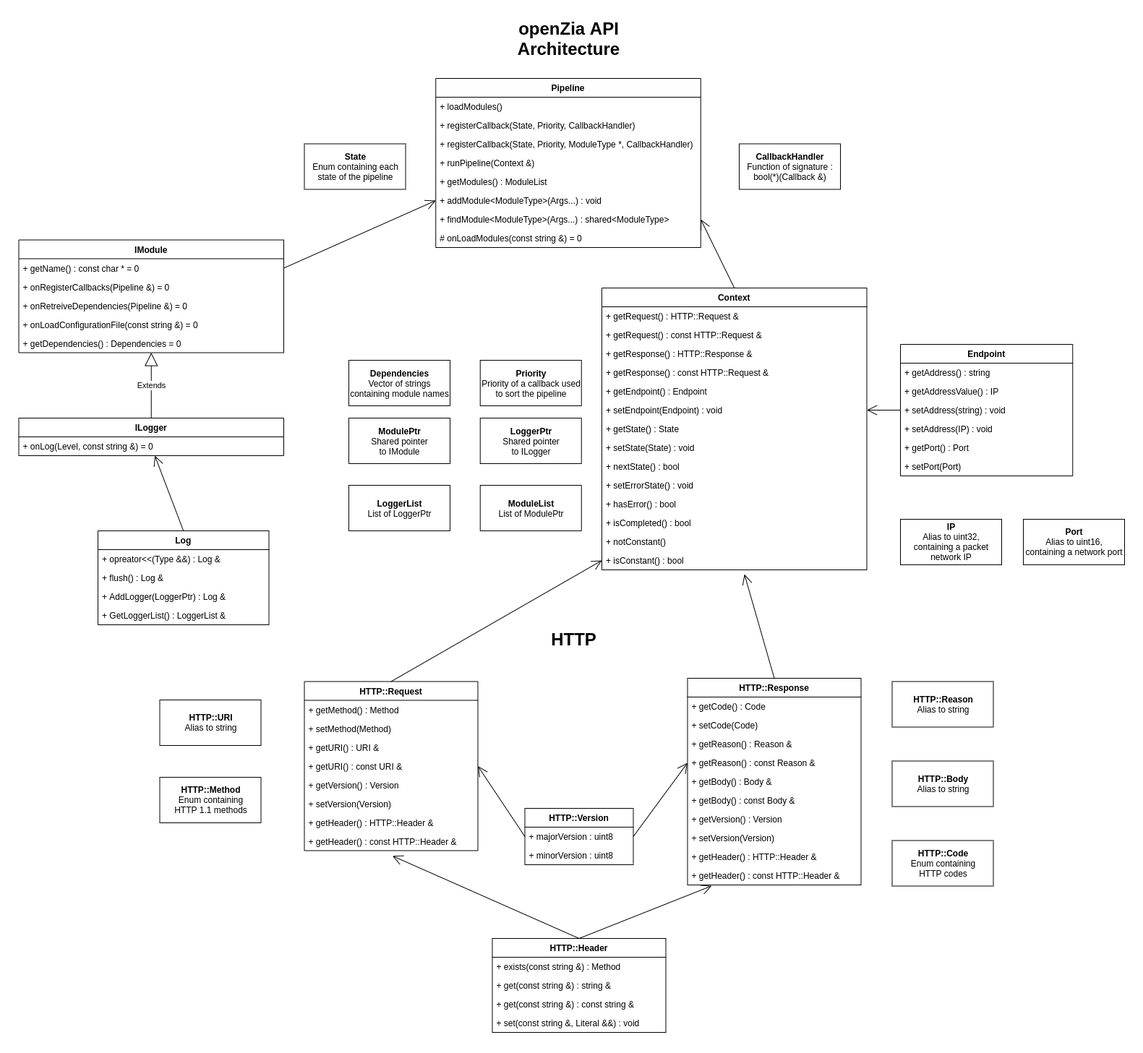
MatthieuMv/openZia keeps this draw.io diagram as openZiaArchitectureUML.png. Above is the earlier version. Source tidied: cells renumbered, new cells last; positions are measured from the earlier drawing's top-left corner, leaving out a move shared by most shapes.
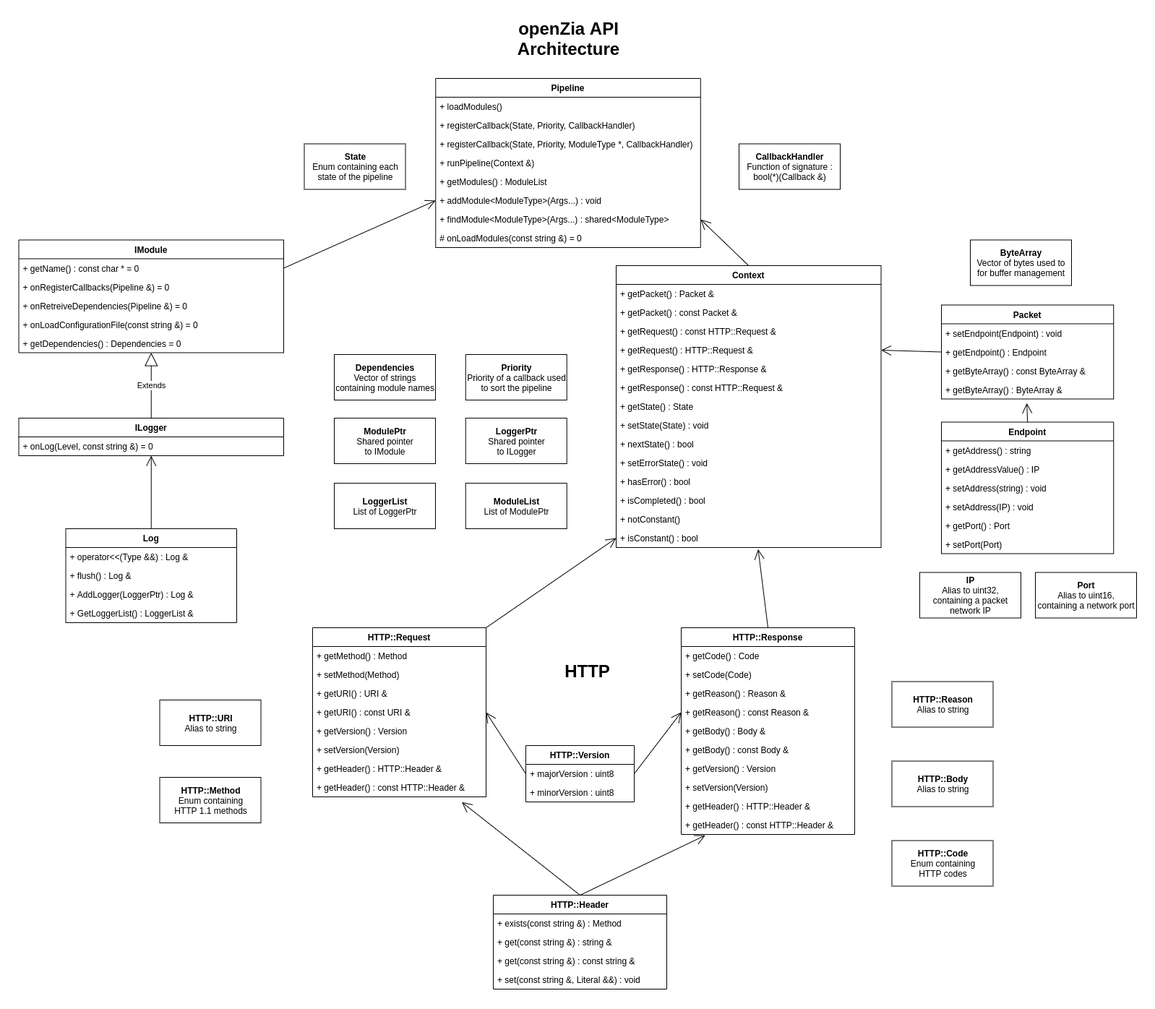
The same diagram one commit later.

Diff of the diagram source:
```diff
@@ -39,29 +39,29 @@
       <mxGeometry x="394.5" y="170.5" width="140" height="63" as="geometry" />
     </mxCell>
     <mxCell id="14" value="&lt;b&gt;Priority&lt;/b&gt;&lt;br&gt;Priority of a callback used&lt;br&gt;to sort the pipeline" style="html=1;" parent="1" vertex="1">
-      <mxGeometry x="637.8" y="470" width="140" height="63" as="geometry" />
+      <mxGeometry x="617.8" y="462" width="140" height="63" as="geometry" />
     </mxCell>
     <mxCell id="15" value="Context" style="swimlane;fontStyle=1;horizontal=1;startSize=26;fillColor=none;" parent="1" vertex="1">
-      <mxGeometry x="806" y="370" width="366.5" height="390" as="geometry" />
+      <mxGeometry x="826" y="339" width="366.5" height="390" as="geometry" />
     </mxCell>
-    <mxCell id="16" value="+ getRequest() : HTTP::Request &amp;" style="text;strokeColor=none;fillColor=none;align=left;verticalAlign=top;spacingLeft=4;spacingRight=4;overflow=hidden;" parent="15" vertex="1">
+    <mxCell id="16" value="+ getPacket() : Packet &amp;" style="text;strokeColor=none;fillColor=none;align=left;verticalAlign=top;spacingLeft=4;spacingRight=4;overflow=hidden;" parent="15" vertex="1">
       <mxGeometry y="26" width="366.5" height="26" as="geometry" />
     </mxCell>
+    <mxCell id="102" value="+ getPacket() : const Packet &amp;" style="text;strokeColor=none;fillColor=none;align=left;verticalAlign=top;spacingLeft=4;spacingRight=4;overflow=hidden;" parent="15" vertex="1">
+      <mxGeometry y="52" width="366.5" height="26" as="geometry" />
+    </mxCell>
     <mxCell id="17" value="+ getRequest() : const HTTP::Request &amp;" style="text;strokeColor=none;fillColor=none;align=left;verticalAlign=top;spacingLeft=4;spacingRight=4;overflow=hidden;" parent="15" vertex="1">
-      <mxGeometry y="52" width="366.5" height="26" as="geometry" />
+      <mxGeometry y="78" width="366.5" height="26" as="geometry" />
     </mxCell>
+    <mxCell id="103" value="+ getRequest() : HTTP::Request &amp;" style="text;strokeColor=none;fillColor=none;align=left;verticalAlign=top;spacingLeft=4;spacingRight=4;overflow=hidden;" parent="15" vertex="1">
+      <mxGeometry y="104" width="366.5" height="26" as="geometry" />
+    </mxCell>
     <mxCell id="18" value="+ getResponse() : HTTP::Response &amp;" style="text;strokeColor=none;fillColor=none;align=left;verticalAlign=top;spacingLeft=4;spacingRight=4;overflow=hidden;" parent="15" vertex="1">
-      <mxGeometry y="78" width="366.5" height="26" as="geometry" />
+      <mxGeometry y="130" width="366.5" height="26" as="geometry" />
     </mxCell>
     <mxCell id="19" value="+ getResponse() : const HTTP::Request &amp;" style="text;strokeColor=none;fillColor=none;align=left;verticalAlign=top;spacingLeft=4;spacingRight=4;overflow=hidden;" parent="15" vertex="1">
-      <mxGeometry y="104" width="366.5" height="26" as="geometry" />
+      <mxGeometry y="156" width="366.5" height="26" as="geometry" />
     </mxCell>
-    <mxCell id="20" value="+ getEndpoint() : Endpoint" style="text;strokeColor=none;fillColor=none;align=left;verticalAlign=top;spacingLeft=4;spacingRight=4;overflow=hidden;points=[[0,0.5],[1,0.5]];portConstraint=eastwest;" parent="15" vertex="1">
-      <mxGeometry y="130" width="366.5" height="26" as="geometry" />
-    </mxCell>
-    <mxCell id="21" value="+ setEndpoint(Endpoint) : void" style="text;strokeColor=none;fillColor=none;align=left;verticalAlign=top;spacingLeft=4;spacingRight=4;overflow=hidden;points=[[0,0.5],[1,0.5]];portConstraint=eastwest;" parent="15" vertex="1">
-      <mxGeometry y="156" width="366.5" height="26" as="geometry" />
-    </mxCell>
     <mxCell id="22" value="+ getState() : State" style="text;strokeColor=none;fillColor=none;align=left;verticalAlign=top;spacingLeft=4;spacingRight=4;overflow=hidden;" parent="15" vertex="1">
       <mxGeometry y="182" width="366.5" height="26" as="geometry" />
     </mxCell>
@@ -105,7 +105,7 @@
       <mxGeometry y="130" width="366.5" height="26" as="geometry" />
     </mxCell>
     <mxCell id="36" value="&lt;b&gt;Dependencies&lt;/b&gt;&lt;br&gt;Vector of strings&lt;br&gt;containing module names" style="html=1;" parent="1" vertex="1">
-      <mxGeometry x="456" y="470" width="140" height="63" as="geometry" />
+      <mxGeometry x="436" y="462" width="140" height="63" as="geometry" />
     </mxCell>
     <mxCell id="37" value="&lt;b&gt;HTTP::Code&lt;/b&gt;&lt;br&gt;Enum containing&lt;br&gt;HTTP codes" style="html=1;" parent="1" vertex="1">
       <mxGeometry x="1207.5" y="1134.5" width="140" height="63" as="geometry" />
@@ -114,7 +114,7 @@
       <mxGeometry x="194.5" y="1047" width="140" height="63" as="geometry" />
     </mxCell>
     <mxCell id="39" value="HTTP::Version" style="swimlane;fontStyle=1;horizontal=1;startSize=26;fillColor=none;" parent="1" vertex="1">
-      <mxGeometry x="699.5" y="1090" width="150" height="78" as="geometry" />
+      <mxGeometry x="701" y="1003" width="150" height="78" as="geometry" />
     </mxCell>
     <mxCell id="40" value="+ majorVersion : uint8" style="text;strokeColor=none;fillColor=none;align=left;verticalAlign=top;spacingLeft=4;spacingRight=4;overflow=hidden;points=[[0,0.5],[1,0.5]];portConstraint=eastwest;" parent="39" vertex="1">
       <mxGeometry y="26" width="150" height="26" as="geometry" />
@@ -132,7 +132,7 @@
       <mxGeometry relative="1" as="geometry" />
     </mxCell>
     <mxCell id="45" value="Endpoint" style="swimlane;fontStyle=1;horizontal=1;startSize=26;fillColor=none;" parent="1" vertex="1">
-      <mxGeometry x="1219" y="448" width="238.2" height="182" as="geometry" />
+      <mxGeometry x="1276" y="555.5" width="238.2" height="182" as="geometry" />
     </mxCell>
     <mxCell id="46" value="+ getAddress() : string" style="text;strokeColor=none;fillColor=none;align=left;verticalAlign=top;spacingLeft=4;spacingRight=4;overflow=hidden;" parent="45" vertex="1">
       <mxGeometry y="26" width="238.2" height="26" as="geometry" />
@@ -153,10 +153,10 @@
       <mxGeometry y="156" width="238.2" height="26" as="geometry" />
     </mxCell>
     <mxCell id="52" value="&lt;b&gt;IP&lt;/b&gt;&lt;br&gt;Alias to uint32,&lt;br&gt;containing a packet&lt;br&gt;network IP" style="html=1;" parent="1" vertex="1">
-      <mxGeometry x="1219" y="690" width="140" height="63" as="geometry" />
+      <mxGeometry x="1246" y="763.5" width="140" height="63" as="geometry" />
     </mxCell>
     <mxCell id="53" value="&lt;b&gt;Port&lt;/b&gt;&lt;br&gt;Alias to uint16,&lt;br&gt;containing a network port" style="html=1;" parent="1" vertex="1">
-      <mxGeometry x="1389" y="690" width="140" height="63" as="geometry" />
+      <mxGeometry x="1406" y="763.5" width="140" height="63" as="geometry" />
     </mxCell>
     <mxCell id="54" style="endArrow=open;endFill=1;endSize=12;html=1;exitX=1;exitY=0.5;exitDx=0;exitDy=0;entryX=0;entryY=0.5;entryDx=0;entryDy=0;" parent="1" edge="1" source="31" target="8">
       <mxGeometry relative="1" as="geometry" />
@@ -165,7 +165,7 @@
       <mxGeometry relative="1" as="geometry" />
     </mxCell>
     <mxCell id="56" value="HTTP::Request" style="swimlane;fontStyle=1;horizontal=1;startSize=26;fillColor=none;" parent="1" vertex="1">
-      <mxGeometry x="394.5" y="914.5" width="240" height="234" as="geometry" />
+      <mxGeometry x="406" y="840" width="240" height="234" as="geometry" />
     </mxCell>
     <mxCell id="57" value="+ getMethod() : Method" style="text;strokeColor=none;fillColor=none;align=left;verticalAlign=top;spacingLeft=4;spacingRight=4;overflow=hidden;" parent="56" vertex="1">
       <mxGeometry y="26" width="240" height="26" as="geometry" />
@@ -192,7 +192,7 @@
       <mxGeometry y="208" width="240" height="26" as="geometry" />
     </mxCell>
     <mxCell id="65" value="HTTP::Response" style="swimlane;fontStyle=1;horizontal=1;startSize=26;fillColor=none;" parent="1" vertex="1">
-      <mxGeometry x="924.5" y="910" width="240" height="286" as="geometry" />
+      <mxGeometry x="916" y="840" width="240" height="286" as="geometry" />
     </mxCell>
     <mxCell id="66" value="+ getCode() : Code" style="text;strokeColor=none;fillColor=none;align=left;verticalAlign=top;spacingLeft=4;spacingRight=4;overflow=hidden;" parent="65" vertex="1">
       <mxGeometry y="26" width="240" height="26" as="geometry" />
@@ -240,7 +240,7 @@
       <mxGeometry relative="1" as="geometry" />
     </mxCell>
     <mxCell id="81" value="HTTP::Header" style="swimlane;fontStyle=1;horizontal=1;startSize=26;fillColor=none;" parent="1" vertex="1">
-      <mxGeometry x="654.5" y="1270" width="240" height="130" as="geometry" />
+      <mxGeometry x="656" y="1210" width="240" height="130" as="geometry" />
     </mxCell>
     <mxCell id="82" value="+ exists(const string &amp;) : Method" style="text;strokeColor=none;fillColor=none;align=left;verticalAlign=top;spacingLeft=4;spacingRight=4;overflow=hidden;" parent="81" vertex="1">
       <mxGeometry y="26" width="240" height="26" as="geometry" />
@@ -254,16 +254,16 @@
     <mxCell id="85" value="+ set(const string &amp;, Literal &amp;&amp;) : void" style="text;strokeColor=none;fillColor=none;align=left;verticalAlign=top;spacingLeft=4;spacingRight=4;overflow=hidden;" parent="81" vertex="1">
       <mxGeometry y="104" width="240" height="26" as="geometry" />
     </mxCell>
-    <mxCell id="86" style="endArrow=open;endFill=1;endSize=12;html=1;entryX=0.508;entryY=1.283;entryDx=0;entryDy=0;exitX=0.5;exitY=0;exitDx=0;exitDy=0;entryPerimeter=0;" parent="1" edge="1" source="81" target="64">
+    <mxCell id="86" style="endArrow=open;endFill=1;endSize=12;html=1;entryX=0.86;entryY=1.282;entryDx=0;entryDy=0;exitX=0.5;exitY=0;exitDx=0;exitDy=0;entryPerimeter=0;" parent="1" edge="1" source="81" target="64">
       <mxGeometry relative="1" as="geometry" />
     </mxCell>
     <mxCell id="87" style="endArrow=open;endFill=1;endSize=12;html=1;entryX=0.139;entryY=1.049;entryDx=0;entryDy=0;exitX=0.5;exitY=0;exitDx=0;exitDy=0;entryPerimeter=0;" parent="1" edge="1" source="81" target="75">
       <mxGeometry relative="1" as="geometry" />
     </mxCell>
     <mxCell id="88" value="Log" style="swimlane;fontStyle=1;horizontal=1;startSize=26;fillColor=none;" parent="1" vertex="1">
-      <mxGeometry x="109" y="706" width="236.5" height="130" as="geometry" />
+      <mxGeometry x="64.5" y="703" width="236.5" height="130" as="geometry" />
     </mxCell>
-    <mxCell id="89" value="+ opreator&lt;&lt;(Type &amp;&amp;) : Log &amp;" style="text;strokeColor=none;fillColor=none;align=left;verticalAlign=top;spacingLeft=4;spacingRight=4;overflow=hidden;" parent="88" vertex="1">
+    <mxCell id="89" value="+ operator&lt;&lt;(Type &amp;&amp;) : Log &amp;" style="text;strokeColor=none;fillColor=none;align=left;verticalAlign=top;spacingLeft=4;spacingRight=4;overflow=hidden;" parent="88" vertex="1">
       <mxGeometry y="26" width="236.5" height="26" as="geometry" />
     </mxCell>
     <mxCell id="90" value="+ flush() : Log &amp;" style="text;strokeColor=none;fillColor=none;align=left;verticalAlign=top;spacingLeft=4;spacingRight=4;overflow=hidden;" parent="88" vertex="1">
@@ -276,31 +276,54 @@
       <mxGeometry y="104" width="236.5" height="26" as="geometry" />
     </mxCell>
     <mxCell id="93" value="&lt;b&gt;ModulePtr&lt;/b&gt;&lt;br&gt;Shared pointer&lt;br&gt;to IModule" style="html=1;" parent="1" vertex="1">
-      <mxGeometry x="456" y="550" width="140" height="63" as="geometry" />
+      <mxGeometry x="436" y="550" width="140" height="63" as="geometry" />
     </mxCell>
     <mxCell id="94" value="&lt;b&gt;LoggerPtr&lt;/b&gt;&lt;br&gt;Shared pointer&lt;br&gt;to ILogger" style="html=1;" parent="1" vertex="1">
-      <mxGeometry x="637.7" y="550" width="140" height="63" as="geometry" />
+      <mxGeometry x="617.7" y="550" width="140" height="63" as="geometry" />
     </mxCell>
     <mxCell id="95" value="&lt;b&gt;LoggerList&lt;/b&gt;&lt;br&gt;List of LoggerPtr" style="html=1;" parent="1" vertex="1">
-      <mxGeometry x="456" y="643" width="140" height="63" as="geometry" />
+      <mxGeometry x="436" y="640" width="140" height="63" as="geometry" />
     </mxCell>
     <mxCell id="96" value="&lt;b&gt;ModuleList&lt;/b&gt;&lt;br&gt;List of ModulePtr" style="html=1;" parent="1" vertex="1">
-      <mxGeometry x="637.8" y="643" width="140" height="63" as="geometry" />
+      <mxGeometry x="617.8" y="640" width="140" height="63" as="geometry" />
     </mxCell>
     <mxCell id="97" value="&lt;font size=&quot;1&quot;&gt;&lt;b style=&quot;font-size: 24px&quot;&gt;HTTP&lt;/b&gt;&lt;/font&gt;" style="text;html=1;align=center;verticalAlign=middle;" parent="1" vertex="1">
-      <mxGeometry x="727" y="846" width="80" height="20" as="geometry" />
+      <mxGeometry x="746" y="890" width="80" height="20" as="geometry" />
     </mxCell>
     <mxCell id="98" style="endArrow=open;endFill=1;endSize=12;html=1;exitX=0.5;exitY=0;exitDx=0;exitDy=0;" parent="1" edge="1" source="88" target="43">
       <mxGeometry relative="1" as="geometry" />
     </mxCell>
-    <mxCell id="99" style="endArrow=open;endFill=1;endSize=12;html=1;exitX=0;exitY=0.5;exitDx=0;exitDy=0;entryX=1;entryY=0.5;entryDx=0;entryDy=0;" parent="1" edge="1" source="48" target="21">
-      <mxGeometry relative="1" as="geometry" />
+    <mxCell id="99" style="endArrow=open;endFill=1;endSize=12;html=1;exitX=0;exitY=0.5;exitDx=0;exitDy=0;entryX=1;entryY=0.5;entryDx=0;entryDy=0;" parent="1" edge="1" source="20">
+      <mxGeometry relative="1" as="geometry">
+        <mxPoint x="1192.5" y="456" as="targetPoint" />
+      </mxGeometry>
     </mxCell>
-    <mxCell id="100" style="endArrow=open;endFill=1;endSize=12;html=1;exitX=0.5;exitY=0;exitDx=0;exitDy=0;entryX=0.538;entryY=1.231;entryDx=0;entryDy=0;entryPerimeter=0;" parent="1" edge="1" source="65" target="29">
+    <mxCell id="100" style="endArrow=open;endFill=1;endSize=12;html=1;exitX=0.5;exitY=0;exitDx=0;exitDy=0;entryX=0.536;entryY=1.09;entryDx=0;entryDy=0;entryPerimeter=0;" parent="1" edge="1" source="65" target="29">
       <mxGeometry relative="1" as="geometry" />
     </mxCell>
-    <mxCell id="101" style="endArrow=open;endFill=1;endSize=12;html=1;exitX=0.5;exitY=0;exitDx=0;exitDy=0;entryX=0;entryY=0.5;entryDx=0;entryDy=0;" parent="1" edge="1" source="56" target="29">
+    <mxCell id="101" style="endArrow=open;endFill=1;endSize=12;html=1;exitX=1;exitY=0;exitDx=0;exitDy=0;entryX=0;entryY=0.5;entryDx=0;entryDy=0;" parent="1" edge="1" source="56" target="29">
       <mxGeometry relative="1" as="geometry" />
     </mxCell>
+    <mxCell id="104" value="&lt;b&gt;ByteArray&lt;/b&gt;&lt;br&gt;Vector of bytes used to&lt;br&gt;for buffer management" style="html=1;" parent="1" vertex="1">
+      <mxGeometry x="1316" y="303.5" width="140" height="63" as="geometry" />
+    </mxCell>
+    <mxCell id="105" value="Packet" style="swimlane;fontStyle=1;horizontal=1;startSize=26;fillColor=none;" parent="1" vertex="1">
+      <mxGeometry x="1276" y="393.5" width="238.2" height="130" as="geometry" />
+    </mxCell>
+    <mxCell id="21" value="+ setEndpoint(Endpoint) : void" style="text;strokeColor=none;fillColor=none;align=left;verticalAlign=top;spacingLeft=4;spacingRight=4;overflow=hidden;points=[[0,0.5],[1,0.5]];portConstraint=eastwest;" parent="105" vertex="1">
+      <mxGeometry y="26" width="238.2" height="26" as="geometry" />
+    </mxCell>
+    <mxCell id="20" value="+ getEndpoint() : Endpoint" style="text;strokeColor=none;fillColor=none;align=left;verticalAlign=top;spacingLeft=4;spacingRight=4;overflow=hidden;points=[[0,0.5],[1,0.5]];portConstraint=eastwest;" parent="105" vertex="1">
+      <mxGeometry y="52" width="238.2" height="26" as="geometry" />
+    </mxCell>
+    <mxCell id="106" value="+ getByteArray() : const ByteArray &amp;" style="text;strokeColor=none;fillColor=none;align=left;verticalAlign=top;spacingLeft=4;spacingRight=4;overflow=hidden;" parent="105" vertex="1">
+      <mxGeometry y="78" width="238.2" height="26" as="geometry" />
+    </mxCell>
+    <mxCell id="107" value="+ getByteArray() : ByteArray &amp;" style="text;strokeColor=none;fillColor=none;align=left;verticalAlign=top;spacingLeft=4;spacingRight=4;overflow=hidden;points=[[0,0.5],[1,0.5]];portConstraint=eastwest;" parent="105" vertex="1">
+      <mxGeometry y="104" width="238.2" height="26" as="geometry" />
+    </mxCell>
+    <mxCell id="108" style="endArrow=open;endFill=1;endSize=12;html=1;exitX=0.5;exitY=0;exitDx=0;exitDy=0;entryX=0.496;entryY=1.217;entryDx=0;entryDy=0;entryPerimeter=0;" parent="1" edge="1" source="45" target="107">
+      <mxGeometry relative="1" as="geometry" />
+    </mxCell>
   </root>
 </mxGraphModel>
```
